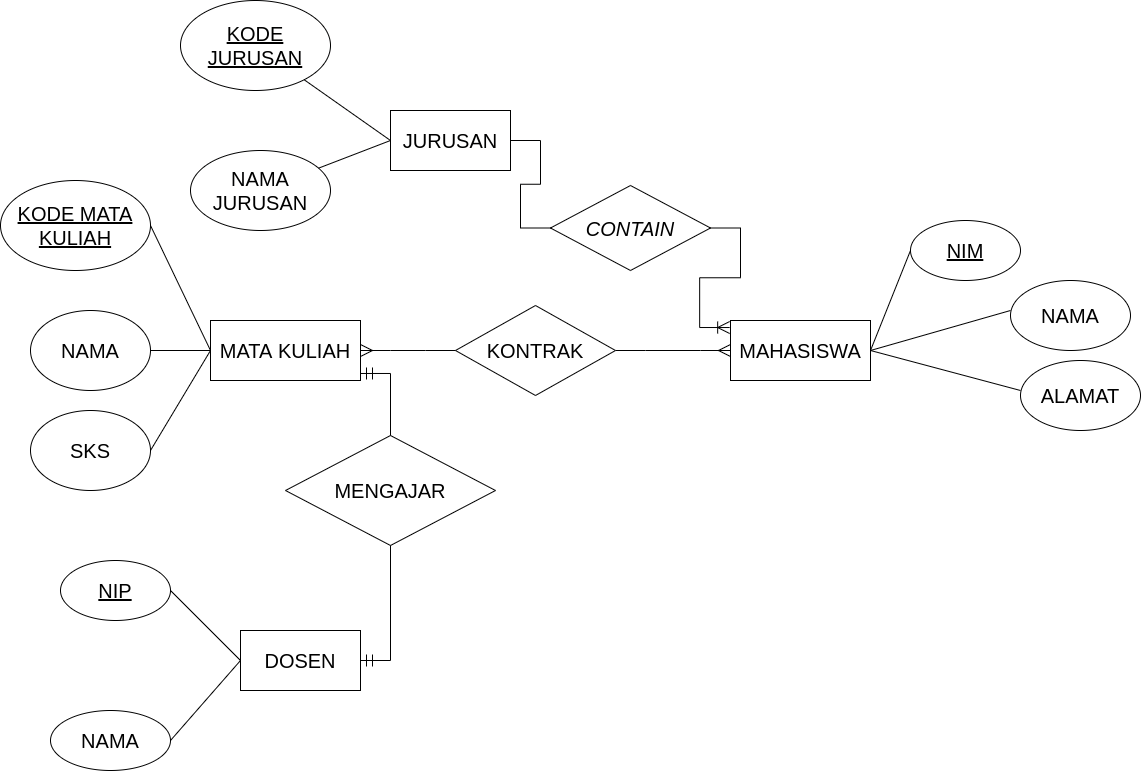
Earlier version of the draw.io export 14database/ERD C14.png (fa1zcode/challenge-rubicamp). Source tidied: cells renumbered, new cells last; positions are measured from the earlier drawing's top-left corner, leaving out a move shared by most shapes. The source it was exported from:
```xml
<mxGraphModel>
  <root>
    <mxCell id="0" />
    <mxCell id="1" parent="0" />
    <mxCell id="2" style="edgeStyle=entityRelationEdgeStyle;fontSize=12;html=1;endArrow=ERmany;startArrow=none;rounded=0;endSize=10;startSize=10;entryX=0;entryY=0.5;entryDx=0;entryDy=0;exitX=1;exitY=0.5;exitDx=0;exitDy=0;" parent="1" edge="1" source="21" target="27">
      <mxGeometry relative="1" as="geometry" />
    </mxCell>
    <mxCell id="3" style="edgeStyle=entityRelationEdgeStyle;fontSize=12;html=1;endArrow=ERoneToMany;rounded=0;startSize=10;endSize=10;entryX=-0.006;entryY=0.117;entryDx=0;entryDy=0;entryPerimeter=0;startArrow=none;" parent="1" edge="1" source="23" target="27">
      <mxGeometry relative="1" as="geometry" />
    </mxCell>
    <mxCell id="4" value="KODE JURUSAN" style="ellipse;whiteSpace=wrap;html=1;align=center;fontStyle=4;fontSize=20;" parent="1" vertex="1">
      <mxGeometry x="180" width="150" height="90" as="geometry" />
    </mxCell>
    <mxCell id="5" value="&lt;font style=&quot;font-size: 20px&quot;&gt;NAMA JURUSAN&lt;/font&gt;" style="ellipse;whiteSpace=wrap;html=1;rounded=0;" parent="1" vertex="1">
      <mxGeometry x="190" y="150" width="140" height="80" as="geometry" />
    </mxCell>
    <mxCell id="6" style="endArrow=none;html=1;rounded=0;fontSize=20;entryX=0;entryY=0.5;entryDx=0;entryDy=0;" parent="1" edge="1" source="5" target="7">
      <mxGeometry relative="1" as="geometry" />
    </mxCell>
    <mxCell id="7" value="&lt;font style=&quot;font-size: 20px&quot;&gt;JURUSAN&lt;/font&gt;" style="rounded=0;whiteSpace=wrap;html=1;" parent="1" vertex="1">
      <mxGeometry x="390" y="110" width="120" height="60" as="geometry" />
    </mxCell>
    <mxCell id="8" style="endArrow=none;html=1;rounded=0;fontSize=20;startSize=10;endSize=10;entryX=0;entryY=0.5;entryDx=0;entryDy=0;" parent="1" edge="1" source="4" target="7">
      <mxGeometry relative="1" as="geometry" />
    </mxCell>
    <mxCell id="9" value="NAMA" style="ellipse;whiteSpace=wrap;html=1;fontSize=20;" parent="1" vertex="1">
      <mxGeometry x="30" y="310" width="120" height="80" as="geometry" />
    </mxCell>
    <mxCell id="10" value="SKS" style="ellipse;whiteSpace=wrap;html=1;fontSize=20;" parent="1" vertex="1">
      <mxGeometry x="30" y="410" width="120" height="80" as="geometry" />
    </mxCell>
    <mxCell id="11" value="&lt;font style=&quot;font-size: 20px&quot;&gt;MATA KULIAH&lt;/font&gt;" style="rounded=0;whiteSpace=wrap;html=1;" parent="1" vertex="1">
      <mxGeometry x="210" y="320" width="150" height="60" as="geometry" />
    </mxCell>
    <mxCell id="12" style="endArrow=none;html=1;rounded=0;fontSize=20;" parent="1" edge="1" source="9">
      <mxGeometry relative="1" as="geometry">
        <mxPoint x="210" y="350" as="targetPoint" />
      </mxGeometry>
    </mxCell>
    <mxCell id="13" style="endArrow=none;html=1;rounded=0;fontSize=20;entryX=0;entryY=0.5;entryDx=0;entryDy=0;exitX=1;exitY=0.5;exitDx=0;exitDy=0;" parent="1" edge="1" source="10" target="11">
      <mxGeometry relative="1" as="geometry" />
    </mxCell>
    <mxCell id="14" value="KODE MATA KULIAH" style="ellipse;whiteSpace=wrap;html=1;align=center;fontStyle=4;fontSize=20;" parent="1" vertex="1">
      <mxGeometry y="180" width="150" height="90" as="geometry" />
    </mxCell>
    <mxCell id="15" style="endArrow=none;html=1;rounded=0;fontSize=20;startSize=10;endSize=10;entryX=0;entryY=0.5;entryDx=0;entryDy=0;exitX=1;exitY=0.5;exitDx=0;exitDy=0;" parent="1" edge="1" source="14" target="11">
      <mxGeometry relative="1" as="geometry" />
    </mxCell>
    <mxCell id="16" value="&lt;font style=&quot;font-size: 20px&quot;&gt;DOSEN&lt;/font&gt;" style="rounded=0;whiteSpace=wrap;html=1;" parent="1" vertex="1">
      <mxGeometry x="240" y="630" width="120" height="60" as="geometry" />
    </mxCell>
    <mxCell id="17" value="&lt;font style=&quot;font-size: 20px&quot;&gt;NAMA&lt;/font&gt;" style="ellipse;whiteSpace=wrap;html=1;rounded=0;" parent="1" vertex="1">
      <mxGeometry x="50" y="710" width="120" height="60" as="geometry" />
    </mxCell>
    <mxCell id="18" style="endArrow=none;html=1;rounded=0;fontSize=20;exitX=1;exitY=0.5;exitDx=0;exitDy=0;" parent="1" edge="1" source="17">
      <mxGeometry relative="1" as="geometry">
        <mxPoint x="240" y="660" as="targetPoint" />
      </mxGeometry>
    </mxCell>
    <mxCell id="19" value="NIP" style="ellipse;whiteSpace=wrap;html=1;align=center;fontStyle=4;fontSize=20;" parent="1" vertex="1">
      <mxGeometry x="60" y="560" width="110" height="60" as="geometry" />
    </mxCell>
    <mxCell id="20" style="endArrow=none;html=1;rounded=0;fontSize=20;startSize=10;endSize=10;entryX=0;entryY=0.5;entryDx=0;entryDy=0;exitX=1;exitY=0.5;exitDx=0;exitDy=0;" parent="1" edge="1" source="19" target="16">
      <mxGeometry relative="1" as="geometry" />
    </mxCell>
    <mxCell id="21" value="KONTRAK" style="shape=rhombus;perimeter=rhombusPerimeter;whiteSpace=wrap;html=1;align=center;fontSize=20;" parent="1" vertex="1">
      <mxGeometry x="455" y="305" width="160" height="90" as="geometry" />
    </mxCell>
    <mxCell id="22" style="edgeStyle=entityRelationEdgeStyle;fontSize=12;html=1;endArrow=none;startArrow=ERmany;rounded=0;endSize=10;startSize=10;entryX=0;entryY=0.5;entryDx=0;entryDy=0;exitX=1;exitY=0.5;exitDx=0;exitDy=0;" parent="1" edge="1" source="11" target="21">
      <mxGeometry relative="1" as="geometry" />
    </mxCell>
    <mxCell id="23" value="&lt;i&gt;CONTAIN&lt;/i&gt;" style="shape=rhombus;perimeter=rhombusPerimeter;whiteSpace=wrap;html=1;align=center;fontSize=20;" parent="1" vertex="1">
      <mxGeometry x="550" y="185" width="160" height="85" as="geometry" />
    </mxCell>
    <mxCell id="24" style="edgeStyle=entityRelationEdgeStyle;fontSize=12;html=1;endArrow=none;rounded=0;startSize=10;endSize=10;" parent="1" edge="1" source="7" target="23">
      <mxGeometry relative="1" as="geometry" />
    </mxCell>
    <mxCell id="25" style="edgeStyle=entityRelationEdgeStyle;fontSize=12;html=1;endArrow=ERmandOne;startArrow=ERmandOne;rounded=0;startSize=10;endSize=10;exitX=1;exitY=0.5;exitDx=0;exitDy=0;entryX=1;entryY=0.883;entryDx=0;entryDy=0;entryPerimeter=0;" parent="1" edge="1" source="16" target="11">
      <mxGeometry relative="1" as="geometry" />
    </mxCell>
    <mxCell id="26" value="MENGAJAR" style="shape=rhombus;perimeter=rhombusPerimeter;whiteSpace=wrap;html=1;align=center;fontSize=20;" parent="1" vertex="1">
      <mxGeometry x="285" y="435" width="210" height="110" as="geometry" />
    </mxCell>
    <mxCell id="27" value="&lt;font style=&quot;font-size: 20px&quot;&gt;MAHASISWA&lt;/font&gt;" style="rounded=0;whiteSpace=wrap;html=1;" parent="1" vertex="1">
      <mxGeometry x="730" y="320" width="140" height="60" as="geometry" />
    </mxCell>
    <mxCell id="28" style="endArrow=none;html=1;rounded=0;fontSize=20;" parent="1" edge="1">
      <mxGeometry relative="1" as="geometry">
        <mxPoint x="870" y="350" as="sourcePoint" />
        <mxPoint x="910" y="250" as="targetPoint" />
      </mxGeometry>
    </mxCell>
    <mxCell id="29" style="endArrow=none;html=1;rounded=0;fontSize=20;" parent="1" edge="1">
      <mxGeometry relative="1" as="geometry">
        <mxPoint x="870" y="350" as="sourcePoint" />
        <mxPoint x="1010" y="310" as="targetPoint" />
      </mxGeometry>
    </mxCell>
    <mxCell id="30" style="endArrow=none;html=1;rounded=0;fontSize=20;" parent="1" edge="1">
      <mxGeometry relative="1" as="geometry">
        <mxPoint x="870" y="350" as="sourcePoint" />
        <mxPoint x="1020" y="390" as="targetPoint" />
      </mxGeometry>
    </mxCell>
    <mxCell id="31" value="&lt;font style=&quot;font-size: 20px&quot;&gt;NAMA&lt;/font&gt;" style="ellipse;whiteSpace=wrap;html=1;rounded=0;" parent="1" vertex="1">
      <mxGeometry x="1010" y="280" width="120" height="70" as="geometry" />
    </mxCell>
    <mxCell id="32" value="&lt;font style=&quot;font-size: 20px&quot;&gt;ALAMAT&lt;/font&gt;" style="ellipse;whiteSpace=wrap;html=1;rounded=0;" parent="1" vertex="1">
      <mxGeometry x="1020" y="360" width="120" height="70" as="geometry" />
    </mxCell>
    <mxCell id="33" value="NIM" style="ellipse;whiteSpace=wrap;html=1;align=center;fontStyle=4;fontSize=20;" parent="1" vertex="1">
      <mxGeometry x="910" y="220" width="110" height="60" as="geometry" />
    </mxCell>
  </root>
</mxGraphModel>
```
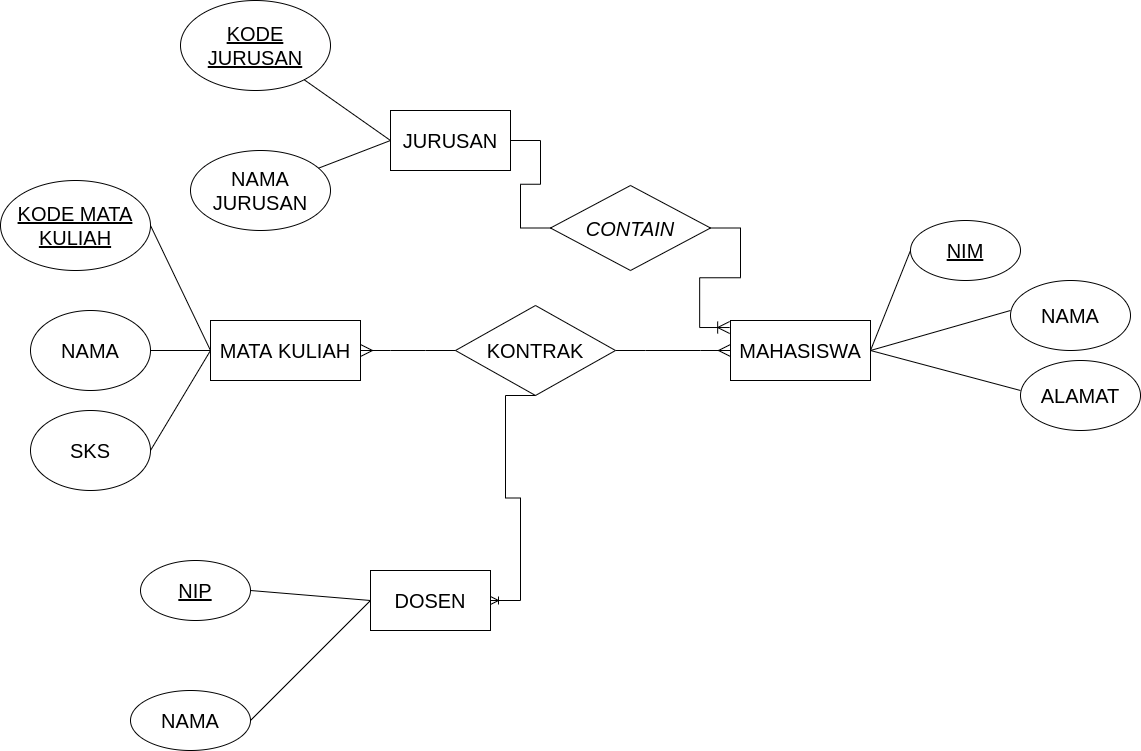
Above is the later version.

Change to the diagram source:
```diff
@@ -47,18 +47,16 @@
       <mxGeometry relative="1" as="geometry" />
     </mxCell>
     <mxCell id="16" value="&lt;font style=&quot;font-size: 20px&quot;&gt;DOSEN&lt;/font&gt;" style="rounded=0;whiteSpace=wrap;html=1;" parent="1" vertex="1">
-      <mxGeometry x="240" y="630" width="120" height="60" as="geometry" />
+      <mxGeometry x="370" y="570" width="120" height="60" as="geometry" />
     </mxCell>
     <mxCell id="17" value="&lt;font style=&quot;font-size: 20px&quot;&gt;NAMA&lt;/font&gt;" style="ellipse;whiteSpace=wrap;html=1;rounded=0;" parent="1" vertex="1">
-      <mxGeometry x="50" y="710" width="120" height="60" as="geometry" />
+      <mxGeometry x="130" y="690" width="120" height="60" as="geometry" />
     </mxCell>
-    <mxCell id="18" style="endArrow=none;html=1;rounded=0;fontSize=20;exitX=1;exitY=0.5;exitDx=0;exitDy=0;" parent="1" edge="1" source="17">
-      <mxGeometry relative="1" as="geometry">
-        <mxPoint x="240" y="660" as="targetPoint" />
-      </mxGeometry>
+    <mxCell id="18" style="endArrow=none;html=1;rounded=0;fontSize=20;exitX=1;exitY=0.5;exitDx=0;exitDy=0;entryX=0;entryY=0.5;entryDx=0;entryDy=0;" parent="1" edge="1" source="17" target="16">
+      <mxGeometry relative="1" as="geometry" />
     </mxCell>
     <mxCell id="19" value="NIP" style="ellipse;whiteSpace=wrap;html=1;align=center;fontStyle=4;fontSize=20;" parent="1" vertex="1">
-      <mxGeometry x="60" y="560" width="110" height="60" as="geometry" />
+      <mxGeometry x="140" y="560" width="110" height="60" as="geometry" />
     </mxCell>
     <mxCell id="20" style="endArrow=none;html=1;rounded=0;fontSize=20;startSize=10;endSize=10;entryX=0;entryY=0.5;entryDx=0;entryDy=0;exitX=1;exitY=0.5;exitDx=0;exitDy=0;" parent="1" edge="1" source="19" target="16">
       <mxGeometry relative="1" as="geometry" />
@@ -75,12 +73,9 @@
     <mxCell id="24" style="edgeStyle=entityRelationEdgeStyle;fontSize=12;html=1;endArrow=none;rounded=0;startSize=10;endSize=10;" parent="1" edge="1" source="7" target="23">
       <mxGeometry relative="1" as="geometry" />
     </mxCell>
-    <mxCell id="25" style="edgeStyle=entityRelationEdgeStyle;fontSize=12;html=1;endArrow=ERmandOne;startArrow=ERmandOne;rounded=0;startSize=10;endSize=10;exitX=1;exitY=0.5;exitDx=0;exitDy=0;entryX=1;entryY=0.883;entryDx=0;entryDy=0;entryPerimeter=0;" parent="1" edge="1" source="16" target="11">
+    <mxCell id="25" style="edgeStyle=entityRelationEdgeStyle;fontSize=12;html=1;endArrow=ERmandOne;startArrow=halfCircle;rounded=0;startSize=10;endSize=10;exitX=1;exitY=0.5;exitDx=0;exitDy=0;entryX=0.5;entryY=1;entryDx=0;entryDy=0;strokeColor=none;startFill=0;" parent="1" edge="1" source="16" target="21">
       <mxGeometry relative="1" as="geometry" />
     </mxCell>
-    <mxCell id="26" value="MENGAJAR" style="shape=rhombus;perimeter=rhombusPerimeter;whiteSpace=wrap;html=1;align=center;fontSize=20;" parent="1" vertex="1">
-      <mxGeometry x="285" y="435" width="210" height="110" as="geometry" />
-    </mxCell>
     <mxCell id="27" value="&lt;font style=&quot;font-size: 20px&quot;&gt;MAHASISWA&lt;/font&gt;" style="rounded=0;whiteSpace=wrap;html=1;" parent="1" vertex="1">
       <mxGeometry x="730" y="320" width="140" height="60" as="geometry" />
     </mxCell>
@@ -111,5 +106,8 @@
     <mxCell id="33" value="NIM" style="ellipse;whiteSpace=wrap;html=1;align=center;fontStyle=4;fontSize=20;" parent="1" vertex="1">
       <mxGeometry x="910" y="220" width="110" height="60" as="geometry" />
     </mxCell>
+    <mxCell id="34" style="edgeStyle=entityRelationEdgeStyle;fontSize=12;html=1;endArrow=ERoneToMany;rounded=0;exitX=0.5;exitY=1;exitDx=0;exitDy=0;" parent="1" edge="1" source="21" target="16">
+      <mxGeometry relative="1" as="geometry" />
+    </mxCell>
   </root>
 </mxGraphModel>
```
